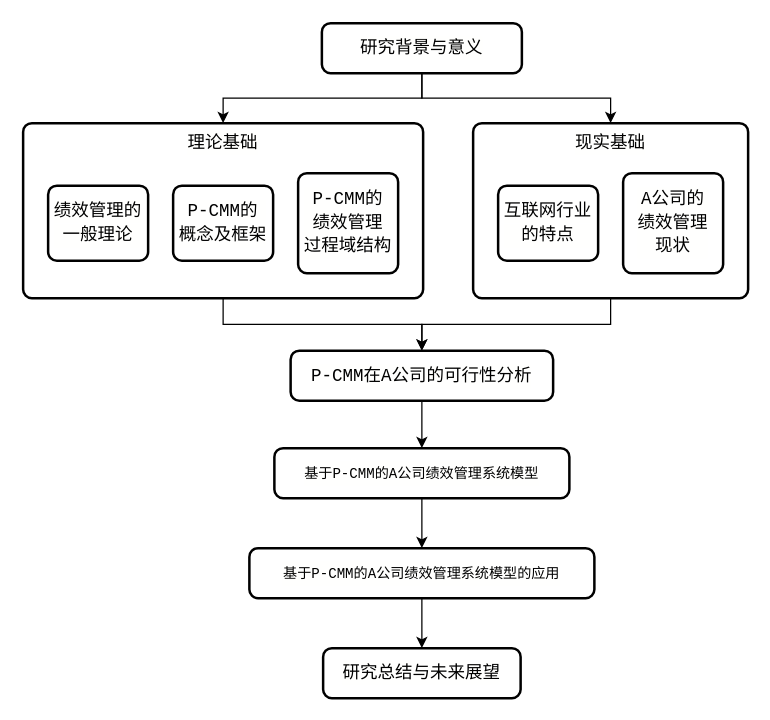
This is 未命名绘图.drawio from guzhenhuaGitHub/draw_io, a draw.io file, before an edit. Source tidied: cells renumbered, new cells numbered last; positions are measured from the earlier drawing's top-left corner, leaving out a move shared by most shapes. Both pictures are drawn from the tidied source at 125%, with x=0, y=0 at pixel (22, 22).
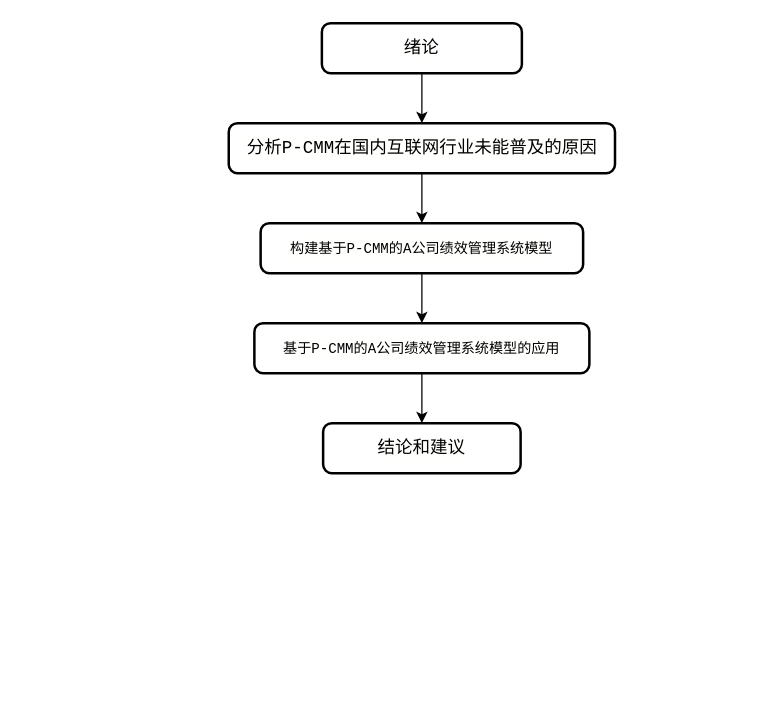
Above is the later version.

Commit message:
更新未命名绘图.drawio

What changed in the source:
```diff
@@
-    <mxCell id="2" style="edgeStyle=orthogonalEdgeStyle;rounded=0;jettySize=auto;html=1;entryX=0.5;entryY=0;entryDx=0;entryDy=0;" parent="1" edge="1" source="4" target="6">
-      <mxGeometry relative="1" as="geometry" />
-    </mxCell>
-    <mxCell id="3" style="edgeStyle=orthogonalEdgeStyle;rounded=0;jettySize=auto;html=1;entryX=0.5;entryY=0;entryDx=0;entryDy=0;" parent="1" edge="1" source="4" target="9">
-      <mxGeometry relative="1" as="geometry" />
-    </mxCell>
+    <mxCell id="21" style="edgeStyle=orthogonalEdgeStyle;rounded=0;jettySize=auto;html=1;" parent="1" edge="1" source="4" target="23">
+      <mxGeometry relative="1" as="geometry" />
+    </mxCell>
-    <mxCell id="4" value="&lt;div style=&quot;background-color: rgb(255, 255, 254); font-family: Consolas, &amp;quot;Courier New&amp;quot;, monospace; font-size: 14px; line-height: 19px; white-space: pre;&quot;&gt;&lt;span&gt;&lt;font style=&quot;color: rgb(0, 0, 0);&quot;&gt;研究背景与意义&lt;/font&gt;&lt;/span&gt;&lt;/div&gt;" style="rounded=1;whiteSpace=wrap;html=1;absoluteArcSize=1;arcSize=14;strokeWidth=2;" parent="1" vertex="1">
+    <mxCell id="4" value="&lt;div style=&quot;background-color: rgb(255, 255, 254); font-family: Consolas, &amp;quot;Courier New&amp;quot;, monospace; font-size: 14px; line-height: 19px; white-space: pre;&quot;&gt;&lt;span&gt;&lt;font style=&quot;color: rgb(0, 0, 0);&quot;&gt;绪论&lt;/font&gt;&lt;/span&gt;&lt;/div&gt;" style="rounded=1;whiteSpace=wrap;html=1;absoluteArcSize=1;arcSize=14;strokeWidth=2;" parent="1" vertex="1">
       <mxGeometry x="239" width="160" height="40" as="geometry" />
     </mxCell>
-    <mxCell id="5" style="edgeStyle=orthogonalEdgeStyle;rounded=0;jettySize=auto;html=1;entryX=0.5;entryY=0;entryDx=0;entryDy=0;" parent="1" edge="1" source="6" target="15">
-      <mxGeometry relative="1" as="geometry" />
-    </mxCell>
-    <mxCell id="6" value="&lt;div style=&quot;background-color: rgb(255, 255, 254); font-family: Consolas, &amp;quot;Courier New&amp;quot;, monospace; font-size: 14px; line-height: 19px; white-space: pre;&quot;&gt;&lt;span&gt;&lt;font style=&quot;color: rgb(0, 0, 0);&quot;&gt;理论基础&lt;/font&gt;&lt;/span&gt;&lt;/div&gt;" style="rounded=1;whiteSpace=wrap;html=1;absoluteArcSize=1;arcSize=14;strokeWidth=2;verticalAlign=top;" parent="1" vertex="1">
-      <mxGeometry y="80" width="320" height="140" as="geometry" />
-    </mxCell>
-    <mxCell id="7" value="&lt;div style=&quot;background-color: rgb(255, 255, 254); font-family: Consolas, &amp;quot;Courier New&amp;quot;, monospace; font-size: 14px; line-height: 19px; white-space: pre;&quot;&gt;&lt;span&gt;&lt;font style=&quot;color: rgb(0, 0, 0);&quot;&gt;绩效管理的&lt;/font&gt;&lt;/span&gt;&lt;/div&gt;&lt;div style=&quot;background-color: rgb(255, 255, 254); font-family: Consolas, &amp;quot;Courier New&amp;quot;, monospace; font-size: 14px; line-height: 19px; white-space: pre;&quot;&gt;&lt;span&gt;&lt;font style=&quot;color: rgb(0, 0, 0);&quot;&gt;一般理论&lt;/font&gt;&lt;/span&gt;&lt;/div&gt;" style="rounded=1;whiteSpace=wrap;html=1;absoluteArcSize=1;arcSize=14;strokeWidth=2;" parent="1" vertex="1">
-      <mxGeometry x="20" y="130" width="80" height="60" as="geometry" />
-    </mxCell>
-    <mxCell id="8" style="edgeStyle=orthogonalEdgeStyle;rounded=0;jettySize=auto;html=1;entryX=0.5;entryY=0;entryDx=0;entryDy=0;" parent="1" edge="1" source="9" target="15">
-      <mxGeometry relative="1" as="geometry" />
-    </mxCell>
-    <mxCell id="9" value="&lt;div style=&quot;background-color: rgb(255, 255, 254); font-family: Consolas, &amp;quot;Courier New&amp;quot;, monospace; font-size: 14px; line-height: 19px; white-space: pre;&quot;&gt;&lt;span&gt;&lt;font style=&quot;color: rgb(0, 0, 0);&quot;&gt;现实基础&lt;/font&gt;&lt;/span&gt;&lt;/div&gt;" style="rounded=1;whiteSpace=wrap;html=1;absoluteArcSize=1;arcSize=14;strokeWidth=2;verticalAlign=top;" parent="1" vertex="1">
-      <mxGeometry x="360" y="80" width="220" height="140" as="geometry" />
-    </mxCell>
-    <mxCell id="10" value="&lt;div style=&quot;background-color: rgb(255, 255, 254); font-family: Consolas, &amp;quot;Courier New&amp;quot;, monospace; font-size: 14px; line-height: 19px; white-space: pre;&quot;&gt;P-CMM的&lt;/div&gt;&lt;div style=&quot;background-color: rgb(255, 255, 254); font-family: Consolas, &amp;quot;Courier New&amp;quot;, monospace; font-size: 14px; line-height: 19px; white-space: pre;&quot;&gt;概念及框架&lt;/div&gt;" style="rounded=1;whiteSpace=wrap;html=1;absoluteArcSize=1;arcSize=14;strokeWidth=2;" parent="1" vertex="1">
-      <mxGeometry x="120" y="130" width="80" height="60" as="geometry" />
-    </mxCell>
-    <mxCell id="11" value="&lt;div style=&quot;background-color: rgb(255, 255, 254); font-family: Consolas, &amp;quot;Courier New&amp;quot;, monospace; font-size: 14px; line-height: 19px; white-space: pre;&quot;&gt;P-CMM的&lt;/div&gt;&lt;div style=&quot;background-color: rgb(255, 255, 254); font-family: Consolas, &amp;quot;Courier New&amp;quot;, monospace; font-size: 14px; line-height: 19px; white-space: pre;&quot;&gt;绩效管理&lt;/div&gt;&lt;div style=&quot;background-color: rgb(255, 255, 254); font-family: Consolas, &amp;quot;Courier New&amp;quot;, monospace; font-size: 14px; line-height: 19px; white-space: pre;&quot;&gt;过程域结构&lt;/div&gt;" style="rounded=1;whiteSpace=wrap;html=1;absoluteArcSize=1;arcSize=14;strokeWidth=2;" parent="1" vertex="1">
-      <mxGeometry x="220" y="120" width="80" height="80" as="geometry" />
-    </mxCell>
-    <mxCell id="12" value="&lt;div style=&quot;background-color: rgb(255, 255, 254); font-family: Consolas, &amp;quot;Courier New&amp;quot;, monospace; font-size: 14px; line-height: 19px; white-space: pre;&quot;&gt;互联网行业&lt;/div&gt;&lt;div style=&quot;background-color: rgb(255, 255, 254); font-family: Consolas, &amp;quot;Courier New&amp;quot;, monospace; font-size: 14px; line-height: 19px; white-space: pre;&quot;&gt;的特点&lt;/div&gt;" style="rounded=1;whiteSpace=wrap;html=1;absoluteArcSize=1;arcSize=14;strokeWidth=2;" parent="1" vertex="1">
-      <mxGeometry x="380" y="130" width="80" height="60" as="geometry" />
-    </mxCell>
-    <mxCell id="13" value="&lt;div style=&quot;background-color: rgb(255, 255, 254); font-family: Consolas, &amp;quot;Courier New&amp;quot;, monospace; font-size: 14px; line-height: 19px; white-space: pre;&quot;&gt;A公司的&lt;/div&gt;&lt;div style=&quot;background-color: rgb(255, 255, 254); font-family: Consolas, &amp;quot;Courier New&amp;quot;, monospace; font-size: 14px; line-height: 19px; white-space: pre;&quot;&gt;绩效管理&lt;/div&gt;&lt;div style=&quot;background-color: rgb(255, 255, 254); font-family: Consolas, &amp;quot;Courier New&amp;quot;, monospace; font-size: 14px; line-height: 19px; white-space: pre;&quot;&gt;现状&lt;/div&gt;" style="rounded=1;whiteSpace=wrap;html=1;absoluteArcSize=1;arcSize=14;strokeWidth=2;" parent="1" vertex="1">
-      <mxGeometry x="480" y="120" width="80" height="80" as="geometry" />
-    </mxCell>
-    <mxCell id="14" style="edgeStyle=orthogonalEdgeStyle;rounded=0;jettySize=auto;html=1;entryX=0.5;entryY=0;entryDx=0;entryDy=0;" parent="1" edge="1" source="15" target="17">
-      <mxGeometry relative="1" as="geometry" />
-    </mxCell>
-    <mxCell id="15" value="&lt;div style=&quot;background-color: rgb(255, 255, 254); font-family: Consolas, &amp;quot;Courier New&amp;quot;, monospace; font-size: 14px; line-height: 19px; white-space: pre;&quot;&gt;&lt;span&gt;&lt;font style=&quot;color: rgb(0, 0, 0);&quot;&gt;P-CMM在A公司&lt;/font&gt;&lt;/span&gt;&lt;span style=&quot;font-family: 宋体; font-size: 10.5pt; background-color: transparent; white-space: normal;&quot;&gt;的可行性分析&lt;/span&gt;&lt;/div&gt;" style="rounded=1;whiteSpace=wrap;html=1;absoluteArcSize=1;arcSize=14;strokeWidth=2;" parent="1" vertex="1">
-      <mxGeometry x="214" y="262" width="210" height="40" as="geometry" />
-    </mxCell>
@@
-    <mxCell id="17" value="&lt;div style=&quot;background-color: rgb(255, 255, 254); font-family: Consolas, &amp;quot;Courier New&amp;quot;, monospace; font-size: 14px; line-height: 19px; white-space: pre;&quot;&gt;&lt;span style=&quot;font-size: 8.47pt;&quot;&gt;基于P-CMM的A公司绩效管理系统模型&lt;/span&gt;&lt;br&gt;&lt;/div&gt;" style="rounded=1;whiteSpace=wrap;html=1;absoluteArcSize=1;arcSize=14;strokeWidth=2;" parent="1" vertex="1">
-      <mxGeometry x="201" y="340" width="236" height="40" as="geometry" />
+    <mxCell id="17" value="&lt;div style=&quot;background-color: rgb(255, 255, 254); font-family: Consolas, &amp;quot;Courier New&amp;quot;, monospace; font-size: 14px; line-height: 19px; white-space: pre;&quot;&gt;&lt;span style=&quot;font-size: 8.47pt;&quot;&gt;构建基于P-CMM的A公司绩效管理系统模型&lt;/span&gt;&lt;br&gt;&lt;/div&gt;" style="rounded=1;whiteSpace=wrap;html=1;absoluteArcSize=1;arcSize=14;strokeWidth=2;" parent="1" vertex="1">
+      <mxGeometry x="190" y="160" width="258" height="40" as="geometry" />
     </mxCell>
@@
     <mxCell id="19" value="&lt;div style=&quot;background-color: rgb(255, 255, 254); font-family: Consolas, &amp;quot;Courier New&amp;quot;, monospace; font-size: 14px; line-height: 19px; white-space: pre;&quot;&gt;&lt;span style=&quot;font-size: 8.47pt;&quot;&gt;基于P-CMM的A公司绩效管理系统模型的应用&lt;/span&gt;&lt;br&gt;&lt;/div&gt;" style="rounded=1;whiteSpace=wrap;html=1;absoluteArcSize=1;arcSize=14;strokeWidth=2;" parent="1" vertex="1">
-      <mxGeometry x="181" y="420" width="276" height="40" as="geometry" />
+      <mxGeometry x="185" y="240" width="268" height="40" as="geometry" />
     </mxCell>
-    <mxCell id="20" value="&lt;div style=&quot;background-color: rgb(255, 255, 254); font-family: Consolas, &amp;quot;Courier New&amp;quot;, monospace; font-size: 14px; line-height: 19px; white-space: pre;&quot;&gt;&lt;div style=&quot;line-height: 19px;&quot;&gt;&lt;span style=&quot;&quot;&gt;研究总结与未来展望&lt;/span&gt;&lt;/div&gt;&lt;/div&gt;" style="rounded=1;whiteSpace=wrap;html=1;absoluteArcSize=1;arcSize=14;strokeWidth=2;fontColor=#000000;" parent="1" vertex="1">
-      <mxGeometry x="240" y="500" width="158" height="40" as="geometry" />
+    <mxCell id="20" value="&lt;div style=&quot;background-color: rgb(255, 255, 254); font-family: Consolas, &amp;quot;Courier New&amp;quot;, monospace; font-size: 14px; line-height: 19px; white-space: pre;&quot;&gt;&lt;div style=&quot;line-height: 19px;&quot;&gt;&lt;span style=&quot;&quot;&gt;结论和建议&lt;/span&gt;&lt;/div&gt;&lt;/div&gt;" style="rounded=1;whiteSpace=wrap;html=1;absoluteArcSize=1;arcSize=14;strokeWidth=2;fontColor=#000000;" parent="1" vertex="1">
+      <mxGeometry x="240" y="320" width="158" height="40" as="geometry" />
     </mxCell>
+    <mxCell id="22" style="edgeStyle=orthogonalEdgeStyle;rounded=0;jettySize=auto;html=1;" parent="1" edge="1" source="23" target="17">
+      <mxGeometry relative="1" as="geometry" />
+    </mxCell>
+    <mxCell id="23" value="&lt;div style=&quot;background-color: rgb(255, 255, 254); font-family: Consolas, &amp;quot;Courier New&amp;quot;, monospace; font-size: 14px; line-height: 19px; white-space: pre;&quot;&gt;&lt;span&gt;&lt;font style=&quot;color: rgb(0, 0, 0);&quot;&gt;分析P-CMM在国内互联网行业未能普及的原因&lt;/font&gt;&lt;/span&gt;&lt;/div&gt;" style="rounded=1;whiteSpace=wrap;html=1;absoluteArcSize=1;arcSize=14;strokeWidth=2;" parent="1" vertex="1">
+      <mxGeometry x="164.5" y="80" width="309" height="40" as="geometry" />
+    </mxCell>
```
